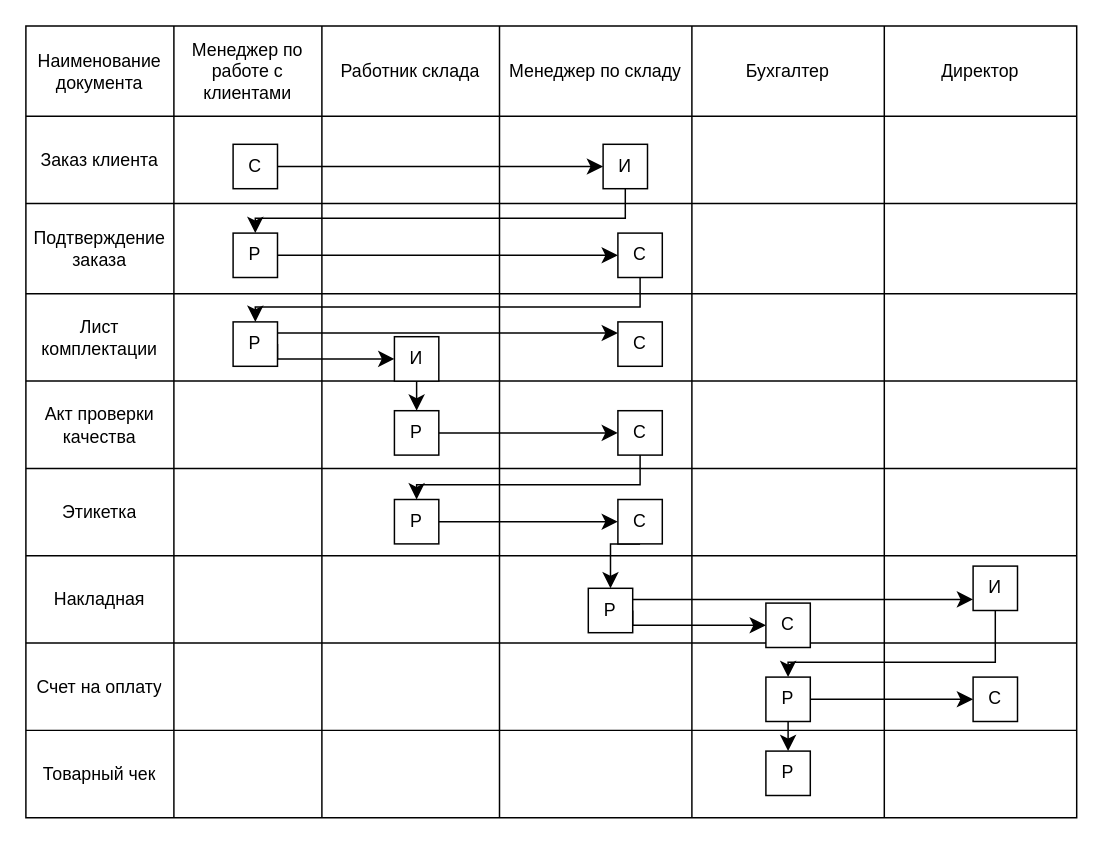
This is Практика 11.01/UML/Органиограмма.drawio from Mirasali-1/Ychebnaya_Praktika, a draw.io file, before an edit. Source tidied: cells renumbered, new cells numbered last; positions are measured from the earlier drawing's top-left corner, leaving out a move shared by most shapes. Both pictures are drawn from the tidied source at 148%, with x=0, y=0 at pixel (25, 25).
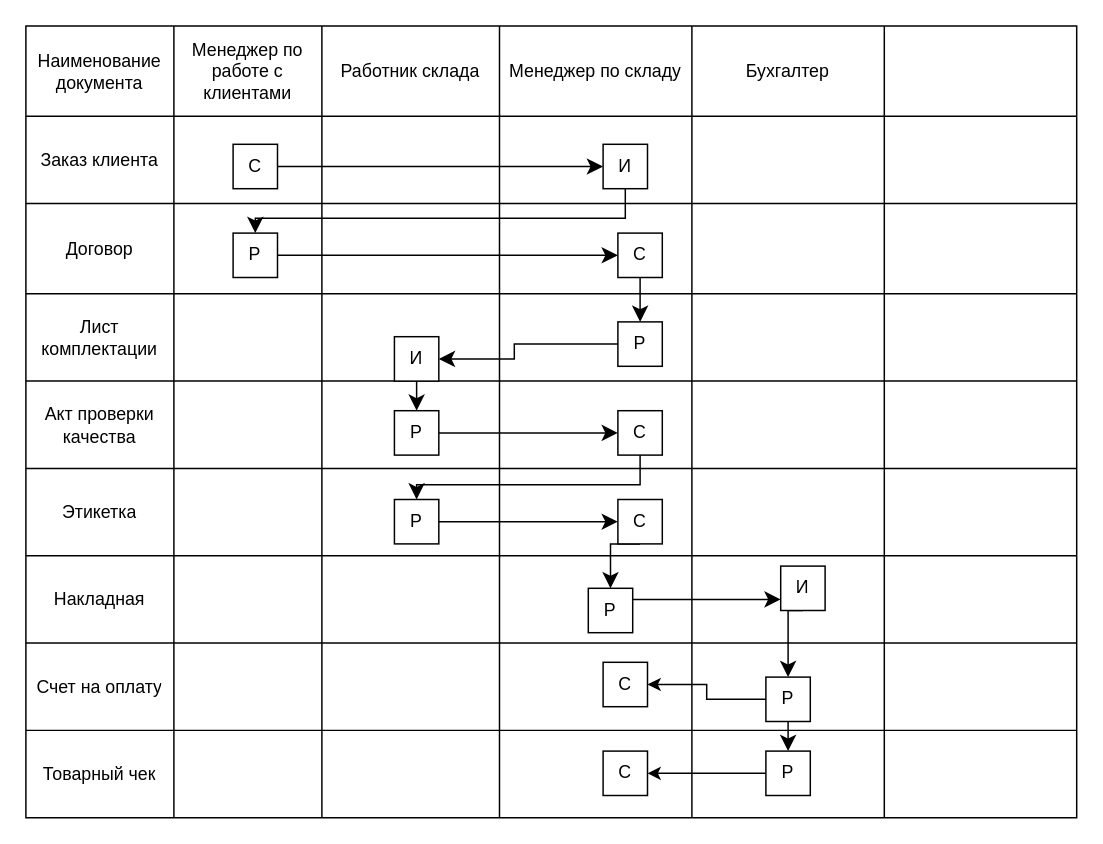
The same diagram, later.

The change refers to these unchanged cells:
```xml
<mxCell id="3" style="shape=tableRow;horizontal=0;startSize=0;swimlaneHead=0;swimlaneBody=0;strokeColor=inherit;top=0;left=0;bottom=0;right=0;fillColor=none;fontSize=16;" parent="2" vertex="1">
  <mxGeometry width="710" height="61" as="geometry" />
</mxCell>
<mxCell id="17" style="shape=tableRow;horizontal=0;startSize=0;swimlaneHead=0;swimlaneBody=0;strokeColor=inherit;top=0;left=0;bottom=0;right=0;fillColor=none;fontSize=16;" parent="2" vertex="1">
  <mxGeometry y="120" width="710" height="61" as="geometry" />
</mxCell>
<mxCell id="70" value="Р" style="whiteSpace=wrap;html=1;" parent="1" vertex="1">
  <mxGeometry x="500" y="490" width="30" height="30" as="geometry" />
</mxCell>
<mxCell id="74" value="С" style="whiteSpace=wrap;html=1;" parent="1" vertex="1">
  <mxGeometry x="400" y="140" width="30" height="30" as="geometry" />
</mxCell>
<mxCell id="79" value="И" style="whiteSpace=wrap;html=1;" parent="1" vertex="1">
  <mxGeometry x="249" y="210" width="30" height="30" as="geometry" />
</mxCell>
<mxCell id="91" value="Р" style="whiteSpace=wrap;html=1;" parent="1" vertex="1">
  <mxGeometry x="380" y="380" width="30" height="30" as="geometry" />
</mxCell>
<mxCell id="97" value="Р" style="whiteSpace=wrap;html=1;" parent="1" vertex="1">
  <mxGeometry x="500" y="440" width="30" height="30" as="geometry" />
</mxCell>
```

Diff of the diagram source:
```diff
@@
-    <mxCell id="9" value="Директор" style="shape=partialRectangle;html=1;whiteSpace=wrap;strokeColor=inherit;overflow=hidden;fillColor=none;top=0;left=0;bottom=0;right=0;fontSize=12;" parent="3" vertex="1">
+    <mxCell id="9" style="shape=partialRectangle;html=1;whiteSpace=wrap;strokeColor=inherit;overflow=hidden;fillColor=none;top=0;left=0;bottom=0;right=0;fontSize=12;" parent="3" vertex="1">
       <mxGeometry x="580" width="130" height="61" as="geometry" />
     </mxCell>
@@
-    <mxCell id="18" value="Подтверждение заказа" style="shape=partialRectangle;html=1;whiteSpace=wrap;strokeColor=inherit;overflow=hidden;fillColor=none;top=0;left=0;bottom=0;right=0;fontSize=12;" parent="17" vertex="1">
+    <mxCell id="18" value="Договор" style="shape=partialRectangle;html=1;whiteSpace=wrap;strokeColor=inherit;overflow=hidden;fillColor=none;top=0;left=0;bottom=0;right=0;fontSize=12;" parent="17" vertex="1">
       <mxGeometry width="100" height="61" as="geometry" />
     </mxCell>
@@
+    <mxCell id="99" style="edgeStyle=orthogonalEdgeStyle;rounded=0;jettySize=auto;html=1;exitX=0;exitY=0.5;exitDx=0;exitDy=0;entryX=1;entryY=0.5;entryDx=0;entryDy=0;" parent="1" edge="1" source="70" target="102">
+      <mxGeometry relative="1" as="geometry" />
+    </mxCell>
@@
     <mxCell id="73" style="edgeStyle=orthogonalEdgeStyle;rounded=0;jettySize=auto;html=1;exitX=0.5;exitY=1;exitDx=0;exitDy=0;entryX=0.5;entryY=0;entryDx=0;entryDy=0;fontSize=12;startSize=8;endSize=8;" parent="1" edge="1" source="74" target="77">
       <mxGeometry relative="1" as="geometry">
         <Array as="points">
-          <mxPoint x="415" y="190" />
-          <mxPoint x="155" y="190" />
+          <mxPoint x="415" y="200" />
+          <mxPoint x="415" y="200" />
         </Array>
       </mxGeometry>
     </mxCell>
@@
-    <mxCell id="75" style="edgeStyle=orthogonalEdgeStyle;rounded=0;jettySize=auto;html=1;exitX=1;exitY=0.5;exitDx=0;exitDy=0;entryX=0;entryY=0.5;entryDx=0;entryDy=0;fontSize=12;startSize=8;endSize=8;" parent="1" edge="1" source="77" target="79">
+    <mxCell id="75" style="edgeStyle=orthogonalEdgeStyle;rounded=0;jettySize=auto;html=1;exitX=1;exitY=0.5;exitDx=0;exitDy=0;entryX=1;entryY=0.5;entryDx=0;entryDy=0;fontSize=12;startSize=8;endSize=8;" parent="1" edge="1" source="77" target="79">
       <mxGeometry relative="1" as="geometry">
         <Array as="points">
-          <mxPoint x="170" y="225" />
+          <mxPoint x="330" y="215" />
+          <mxPoint x="330" y="225" />
         </Array>
       </mxGeometry>
     </mxCell>
-    <mxCell id="76" style="edgeStyle=none;curved=1;rounded=0;jettySize=auto;html=1;exitX=1;exitY=0.25;exitDx=0;exitDy=0;entryX=0;entryY=0.25;entryDx=0;entryDy=0;fontSize=12;startSize=8;endSize=8;" parent="1" edge="1" source="77" target="80">
-      <mxGeometry relative="1" as="geometry" />
+    <mxCell id="76" style="edgeStyle=none;curved=1;rounded=0;jettySize=auto;html=1;exitX=1;exitY=0.25;exitDx=0;exitDy=0;entryX=0;entryY=0.25;entryDx=0;entryDy=0;fontSize=12;startSize=8;endSize=8;" parent="1" edge="1" source="77">
+      <mxGeometry relative="1" as="geometry">
+        <mxPoint x="400" y="207.5" as="targetPoint" />
+      </mxGeometry>
     </mxCell>
     <mxCell id="77" value="Р" style="whiteSpace=wrap;html=1;" parent="1" vertex="1">
-      <mxGeometry x="140" y="200" width="30" height="30" as="geometry" />
+      <mxGeometry x="400" y="200" width="30" height="30" as="geometry" />
     </mxCell>
@@
-    <mxCell id="80" value="С" style="whiteSpace=wrap;html=1;" parent="1" vertex="1">
-      <mxGeometry x="400" y="200" width="30" height="30" as="geometry" />
-    </mxCell>
@@
-    <mxCell id="89" style="edgeStyle=orthogonalEdgeStyle;rounded=0;jettySize=auto;html=1;exitX=1;exitY=0.5;exitDx=0;exitDy=0;entryX=0;entryY=0.5;entryDx=0;entryDy=0;fontSize=12;startSize=8;endSize=8;" parent="1" edge="1" source="91" target="92">
-      <mxGeometry relative="1" as="geometry">
-        <Array as="points">
-          <mxPoint x="410" y="405" />
-        </Array>
-      </mxGeometry>
-    </mxCell>
@@
-    <mxCell id="92" value="С" style="whiteSpace=wrap;html=1;" parent="1" vertex="1">
-      <mxGeometry x="500" y="390" width="30" height="30" as="geometry" />
-    </mxCell>
     <mxCell id="93" style="edgeStyle=orthogonalEdgeStyle;rounded=0;jettySize=auto;html=1;exitX=0.5;exitY=1;exitDx=0;exitDy=0;entryX=0.5;entryY=0;entryDx=0;entryDy=0;fontSize=12;startSize=8;endSize=8;" parent="1" edge="1" source="94" target="97">
       <mxGeometry relative="1" as="geometry">
         <Array as="points">
-          <mxPoint x="655" y="430" />
-          <mxPoint x="515" y="430" />
+          <mxPoint x="515" y="395" />
         </Array>
       </mxGeometry>
     </mxCell>
     <mxCell id="94" value="И" style="whiteSpace=wrap;html=1;" parent="1" vertex="1">
-      <mxGeometry x="640" y="365" width="30" height="30" as="geometry" />
+      <mxGeometry x="510" y="365" width="30" height="30" as="geometry" />
     </mxCell>
-    <mxCell id="95" style="edgeStyle=none;curved=1;rounded=0;jettySize=auto;html=1;exitX=1;exitY=0.5;exitDx=0;exitDy=0;entryX=0;entryY=0.5;entryDx=0;entryDy=0;fontSize=12;startSize=8;endSize=8;" parent="1" edge="1" source="97" target="98">
-      <mxGeometry relative="1" as="geometry" />
-    </mxCell>
@@
+    <mxCell id="100" style="edgeStyle=orthogonalEdgeStyle;rounded=0;jettySize=auto;html=1;exitX=0;exitY=0.5;exitDx=0;exitDy=0;entryX=1;entryY=0.5;entryDx=0;entryDy=0;" parent="1" edge="1" source="97" target="101">
+      <mxGeometry relative="1" as="geometry" />
+    </mxCell>
@@
-    <mxCell id="98" value="С" style="whiteSpace=wrap;html=1;" parent="1" vertex="1">
-      <mxGeometry x="640" y="440" width="30" height="30" as="geometry" />
-    </mxCell>
+    <mxCell id="101" value="С" style="whiteSpace=wrap;html=1;" parent="1" vertex="1">
+      <mxGeometry x="390" y="430" width="30" height="30" as="geometry" />
+    </mxCell>
+    <mxCell id="102" value="С" style="whiteSpace=wrap;html=1;" parent="1" vertex="1">
+      <mxGeometry x="390" y="490" width="30" height="30" as="geometry" />
+    </mxCell>
```
